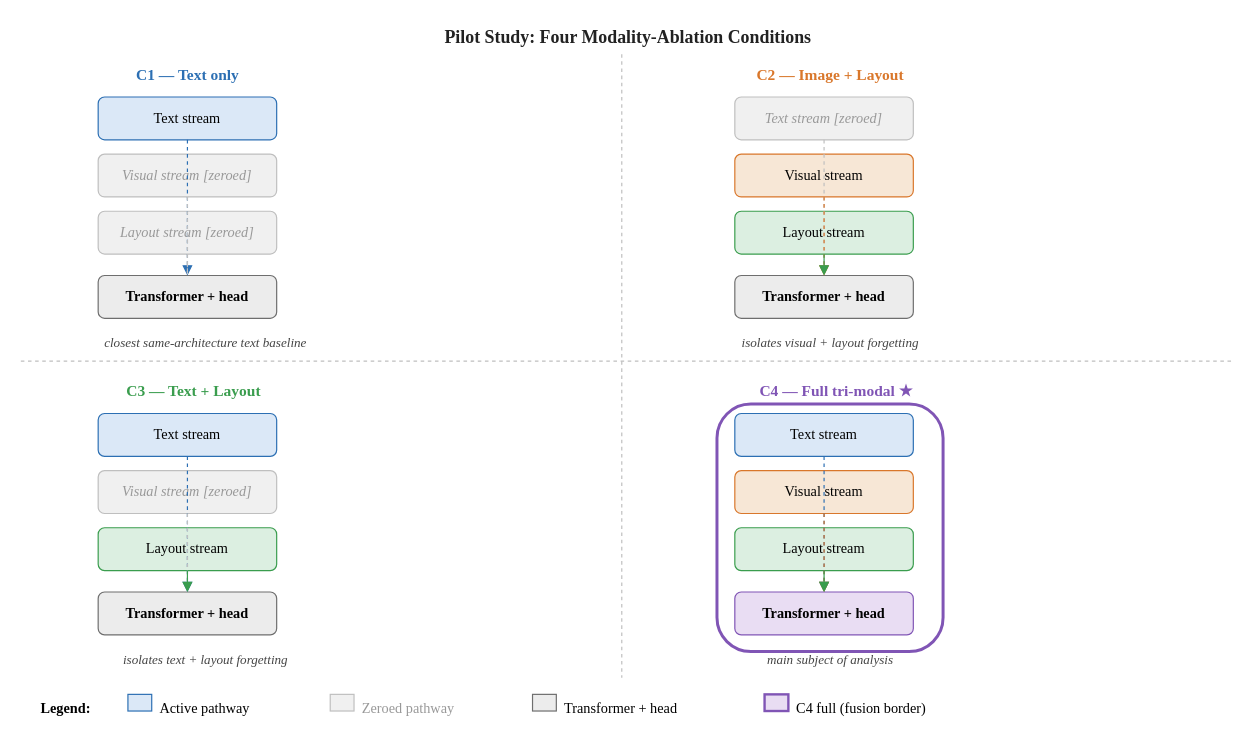
The draw.io diagram thesis/figures_src/drawio/diagnostic_conditions.drawio in hoangthanh283/CLUE, before the edit. Source tidied: cells renumbered, new cells numbered last; positions are measured from the earlier drawing's top-left corner, leaving out a move shared by most shapes. Both pictures are drawn from the tidied source at 119%, with x=0, y=0 at pixel (20, 20).
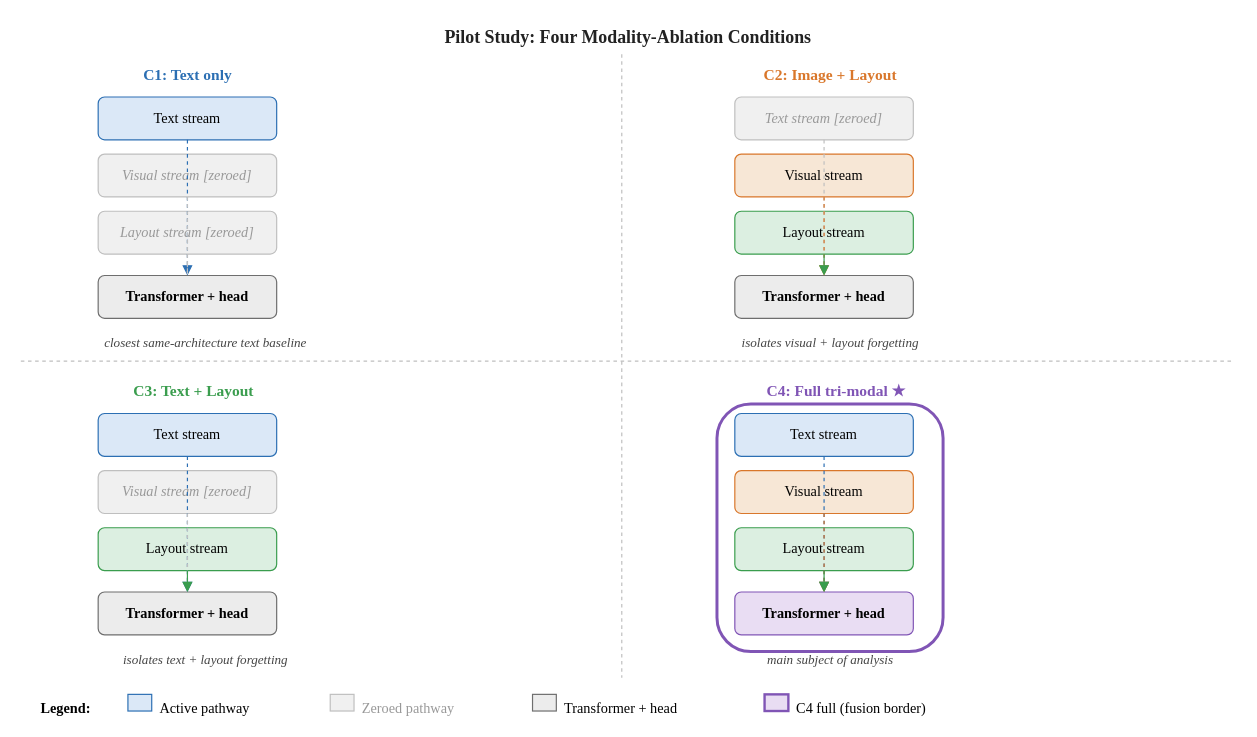
After the change.

Diff of the diagram source:
```diff
@@
-    <mxCell id="3" value="C1 — Text only" style="text;html=1;align=center;verticalAlign=middle;fontFamily=Times New Roman;fontSize=13;fontStyle=1;fontColor=#2C6FB3;" parent="1" vertex="1">
+    <mxCell id="3" value="C1: Text only" style="text;html=1;align=center;verticalAlign=middle;fontFamily=Times New Roman;fontSize=13;fontStyle=1;fontColor=#2C6FB3;" parent="1" vertex="1">
       <mxGeometry x="40" y="34" width="200" height="22" as="geometry" />
     </mxCell>
@@
-    <mxCell id="12" value="C2 — Image + Layout" style="text;html=1;align=center;verticalAlign=middle;fontFamily=Times New Roman;fontSize=13;fontStyle=1;fontColor=#D9772B;" parent="1" vertex="1">
+    <mxCell id="12" value="C2: Image + Layout" style="text;html=1;align=center;verticalAlign=middle;fontFamily=Times New Roman;fontSize=13;fontStyle=1;fontColor=#D9772B;" parent="1" vertex="1">
       <mxGeometry x="575" y="34" width="210" height="22" as="geometry" />
     </mxCell>
@@
-    <mxCell id="22" value="C3 — Text + Layout" style="text;html=1;align=center;verticalAlign=middle;fontFamily=Times New Roman;fontSize=13;fontStyle=1;fontColor=#3A9D4E;" parent="1" vertex="1">
+    <mxCell id="22" value="C3: Text + Layout" style="text;html=1;align=center;verticalAlign=middle;fontFamily=Times New Roman;fontSize=13;fontStyle=1;fontColor=#3A9D4E;" parent="1" vertex="1">
       <mxGeometry x="40" y="300" width="210" height="22" as="geometry" />
     </mxCell>
@@
-    <mxCell id="31" value="C4 — Full tri-modal &amp;#9733;" style="text;html=1;align=center;verticalAlign=middle;fontFamily=Times New Roman;fontSize=13;fontStyle=1;fontColor=#8055B5;" parent="1" vertex="1">
+    <mxCell id="31" value="C4: Full tri-modal &amp;#9733;" style="text;html=1;align=center;verticalAlign=middle;fontFamily=Times New Roman;fontSize=13;fontStyle=1;fontColor=#8055B5;" parent="1" vertex="1">
       <mxGeometry x="575" y="300" width="220" height="22" as="geometry" />
     </mxCell>
```
